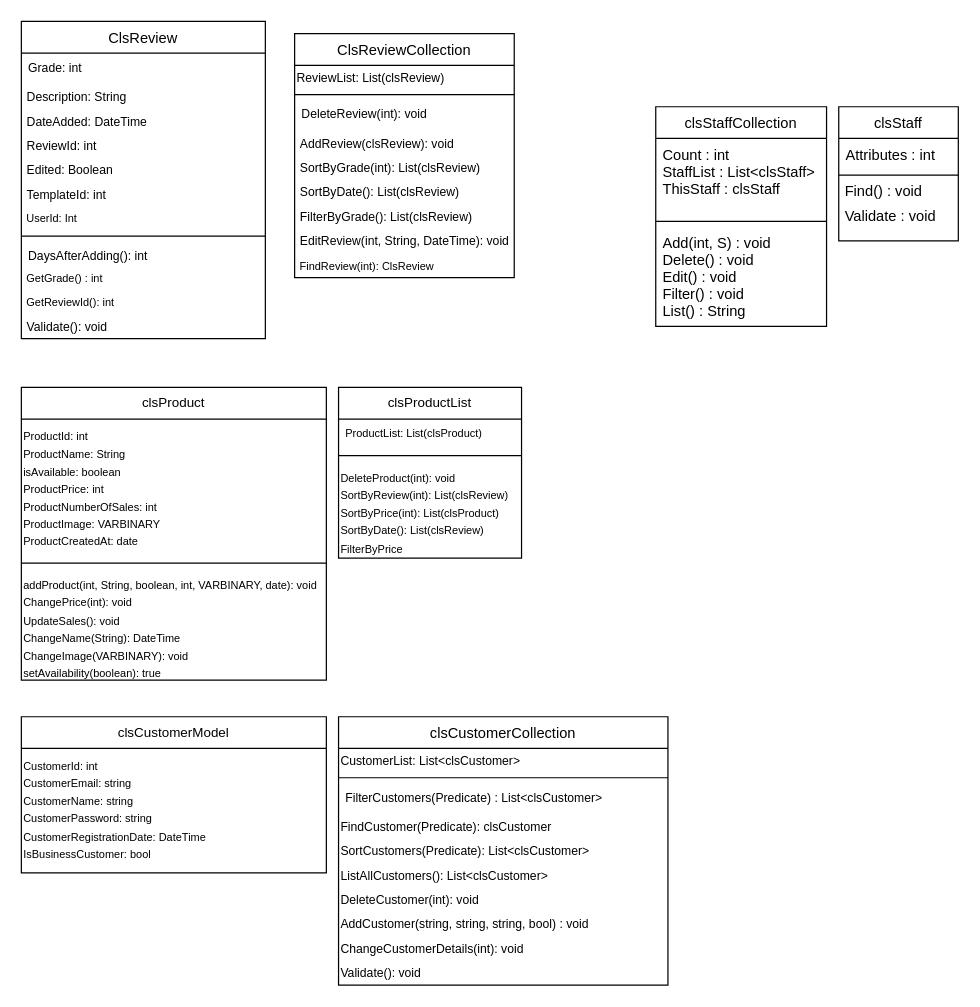
dominikmch/Template4U keeps this draw.io diagram as untitled Diagram updated.drawio. Above is the earlier version. Source tidied: cells renumbered, new cells numbered last; positions are measured from the earlier drawing's top-left corner, leaving out a move shared by most shapes. Both pictures are drawn from the tidied source at 122%, with x=0, y=0 at pixel (21, 21).
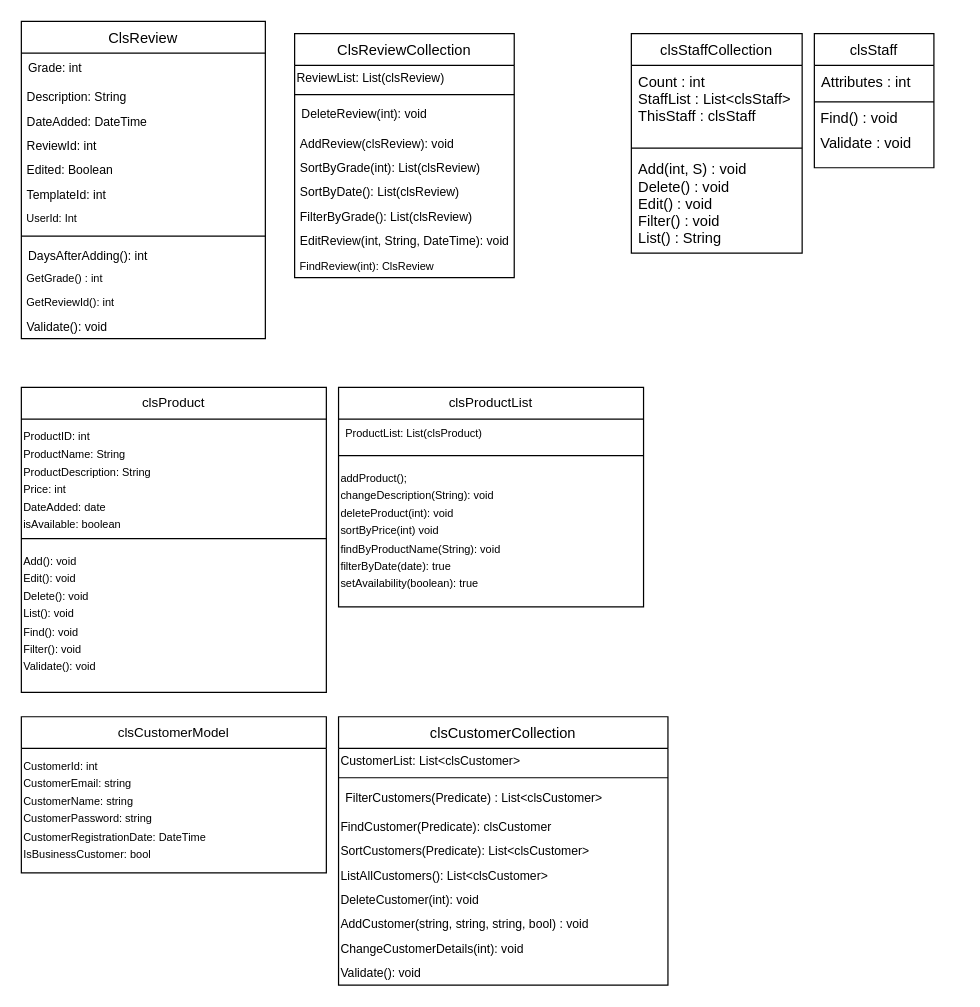
The same diagram, later.

What changed in the source:
```diff
@@
     <mxCell id="2" value="clsStaffCollection" style="swimlane;fontStyle=0;align=center;verticalAlign=top;horizontal=1;startSize=26;rounded=0;shadow=0;strokeWidth=1;" parent="1" vertex="1">
-      <mxGeometry x="520" y="70" width="140" height="180" as="geometry" />
+      <mxGeometry x="500" y="10" width="140" height="180" as="geometry" />
     </mxCell>
@@
     <mxCell id="8" value="clsStaff" style="swimlane;fontStyle=0;align=center;verticalAlign=top;horizontal=1;startSize=26;rounded=0;shadow=0;strokeWidth=1;" parent="1" vertex="1">
-      <mxGeometry x="670" y="70" width="98" height="110" as="geometry" />
+      <mxGeometry x="650" y="10" width="98" height="110" as="geometry" />
     </mxCell>
@@
-    <mxCell id="36" value="clsProduct" style="swimlane;fontStyle=0;align=center;verticalAlign=top;horizontal=1;startSize=26;rounded=0;shadow=0;strokeWidth=1;fontSize=11;" parent="1" vertex="1">
-      <mxGeometry y="300" width="250" height="240" as="geometry" />
-    </mxCell>
-    <mxCell id="37" value="&lt;font style=&quot;font-size: 9px&quot;&gt;ProductId: int&lt;br&gt;ProductName: String&lt;br&gt;isAvailable: boolean&lt;br&gt;ProductPrice: int&lt;br&gt;ProductNumberOfSales: int&lt;br&gt;ProductImage: VARBINARY&lt;br&gt;ProductCreatedAt: date&lt;br&gt;&lt;br&gt;&lt;/font&gt;" style="text;html=1;" parent="36" vertex="1">
-      <mxGeometry y="26" width="250" height="114" as="geometry" />
-    </mxCell>
-    <mxCell id="38" style="line;html=1;strokeWidth=1;align=left;verticalAlign=middle;spacingTop=-1;spacingLeft=3;spacingRight=3;labelPosition=right;" parent="36" vertex="1">
-      <mxGeometry y="140" width="250" height="8" as="geometry" />
-    </mxCell>
-    <mxCell id="39" value="&lt;font style=&quot;font-size: 9px&quot;&gt;addProduct(int, String, boolean, int, VARBINARY, date): void&lt;br&gt;ChangePrice(int): void&lt;br&gt;UpdateSales(): void&lt;br&gt;ChangeName(String): DateTime&lt;br&gt;ChangeImage(VARBINARY): void&lt;br&gt;setAvailability(boolean): true&lt;/font&gt;" style="text;html=1;" parent="36" vertex="1">
-      <mxGeometry y="148" width="250" height="92" as="geometry" />
-    </mxCell>
-    <mxCell id="40" value="clsProductList" style="swimlane;fontStyle=0;align=center;verticalAlign=top;horizontal=1;startSize=26;rounded=0;shadow=0;strokeWidth=1;fontSize=11;" parent="1" vertex="1">
-      <mxGeometry x="260" y="300" width="150" height="140" as="geometry" />
-    </mxCell>
-    <mxCell id="41" value="ProductList: List(clsProduct)" style="text;align=left;verticalAlign=top;spacingLeft=4;spacingRight=4;overflow=hidden;fontSize=9;" parent="40" vertex="1">
-      <mxGeometry y="26" width="150" height="26" as="geometry" />
-    </mxCell>
-    <mxCell id="42" style="line;html=1;strokeWidth=1;align=left;verticalAlign=middle;spacingTop=-1;spacingLeft=3;spacingRight=3;labelPosition=right;" parent="40" vertex="1">
-      <mxGeometry y="52" width="150" height="8" as="geometry" />
-    </mxCell>
-    <mxCell id="43" value="&lt;font style=&quot;font-size: 9px&quot;&gt;DeleteProduct(int): void&lt;br&gt;SortByReview(int): List(clsReview)&lt;br&gt;SortByPrice(int): List(clsProduct)&lt;br&gt;SortByDate(): List(clsReview)&lt;br&gt;FilterByPrice&lt;/font&gt;" style="text;html=1;" parent="40" vertex="1">
-      <mxGeometry y="60" width="150" height="80" as="geometry" />
-    </mxCell>
@@
+    <mxCell id="36" value="clsProduct" style="swimlane;fontStyle=0;align=center;verticalAlign=top;horizontal=1;startSize=26;rounded=0;shadow=0;strokeWidth=1;fontSize=11;" parent="1" vertex="1">
+      <mxGeometry y="300" width="250" height="250" as="geometry" />
+    </mxCell>
+    <mxCell id="57" value="&lt;font style=&quot;font-size: 9px&quot;&gt;ProductID: int&lt;br&gt;ProductName: String&lt;br&gt;ProductDescription: String&lt;br&gt;Price: int&lt;br&gt;DateAdded: date&lt;br&gt;isAvailable: boolean&lt;br&gt;&lt;br&gt;&lt;/font&gt;" style="text;html=1;" parent="36" vertex="1">
+      <mxGeometry y="26" width="250" height="94" as="geometry" />
+    </mxCell>
+    <mxCell id="58" style="line;html=1;strokeWidth=1;align=left;verticalAlign=middle;spacingTop=-1;spacingLeft=3;spacingRight=3;labelPosition=right;" parent="36" vertex="1">
+      <mxGeometry y="120" width="250" height="8" as="geometry" />
+    </mxCell>
+    <mxCell id="59" value="&lt;font style=&quot;font-size: 9px&quot;&gt;Add(): void&lt;br&gt;Edit(): void&lt;br&gt;Delete(): void&lt;br&gt;List(): void&lt;br&gt;Find(): void&lt;br&gt;Filter(): void&lt;br&gt;Validate(): void&lt;br&gt;&lt;/font&gt;" style="text;html=1;" parent="36" vertex="1">
+      <mxGeometry y="128" width="250" height="122" as="geometry" />
+    </mxCell>
+    <mxCell id="40" value="clsProductList" style="swimlane;fontStyle=0;align=center;verticalAlign=top;horizontal=1;startSize=26;rounded=0;shadow=0;strokeWidth=1;fontSize=11;" parent="1" vertex="1">
+      <mxGeometry x="260" y="300" width="250" height="180" as="geometry" />
+    </mxCell>
+    <mxCell id="41" value="ProductList: List(clsProduct)" style="text;align=left;verticalAlign=top;spacingLeft=4;spacingRight=4;overflow=hidden;fontSize=9;" parent="40" vertex="1">
+      <mxGeometry y="26" width="250" height="26" as="geometry" />
+    </mxCell>
+    <mxCell id="60" style="line;html=1;strokeWidth=1;align=left;verticalAlign=middle;spacingTop=-1;spacingLeft=3;spacingRight=3;labelPosition=right;" parent="40" vertex="1">
+      <mxGeometry y="52" width="250" height="8" as="geometry" />
+    </mxCell>
+    <mxCell id="61" value="&lt;font style=&quot;font-size: 9px&quot;&gt;addProduct();&lt;br&gt;changeDescription(String): void&lt;br&gt;deleteProduct(int): void&lt;br&gt;sortByPrice(int) void&lt;br&gt;findByProductName(String): void&lt;br&gt;filterByDate(date): true&lt;br&gt;setAvailability(boolean): true&lt;br&gt;&lt;/font&gt;" style="text;html=1;" parent="40" vertex="1">
+      <mxGeometry y="60" width="250" height="80" as="geometry" />
+    </mxCell>
```
